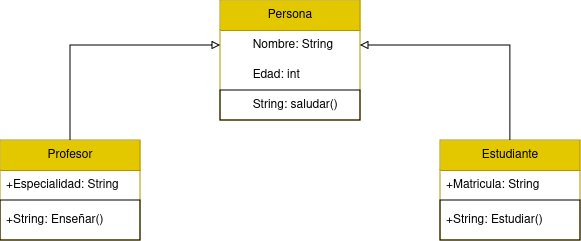
Above: imagenes/Academico.drawio.png in HectorPoleo/gestion-academica (draw.io), before the change. Source tidied: cells renumbered, new cells last; positions are measured from the earlier drawing's top-left corner, leaving out a move shared by most shapes. Source of this version:
```xml
<mxGraphModel>
  <root>
    <mxCell id="0" />
    <mxCell id="1" parent="0" />
    <mxCell id="2" value="Persona" style="swimlane;fontStyle=0;horizontal=1;startSize=30;whiteSpace=wrap;html=1;fillColor=#e3c800;fontColor=#000000;strokeColor=#B09500;" parent="1" vertex="1">
      <mxGeometry x="220" width="140" height="120" as="geometry" />
    </mxCell>
    <mxCell id="3" value="&lt;span style=&quot;white-space: pre;&quot;&gt;&#9;&lt;/span&gt;Nombre: String" style="text;strokeColor=none;fillColor=none;align=left;verticalAlign=middle;spacingLeft=4;spacingRight=4;overflow=hidden;points=[[0,0.5],[1,0.5]];portConstraint=eastwest;whiteSpace=wrap;html=1;" parent="2" vertex="1">
      <mxGeometry y="30" width="140" height="30" as="geometry" />
    </mxCell>
    <mxCell id="4" value="&lt;span style=&quot;white-space: pre;&quot;&gt;&#9;&lt;/span&gt;Edad: int" style="text;strokeColor=none;fillColor=none;align=left;verticalAlign=middle;spacingLeft=4;spacingRight=4;overflow=hidden;whiteSpace=wrap;html=1;" parent="2" vertex="1">
      <mxGeometry y="60" width="140" height="30" as="geometry" />
    </mxCell>
    <mxCell id="5" value="&lt;span style=&quot;white-space: pre;&quot;&gt;&#9;&lt;/span&gt;String: saludar() " style="text;strokeColor=default;fillColor=none;align=left;verticalAlign=middle;spacingLeft=4;spacingRight=4;overflow=hidden;whiteSpace=wrap;html=1;" parent="2" vertex="1">
      <mxGeometry y="90" width="140" height="30" as="geometry" />
    </mxCell>
    <mxCell id="6" value="Profesor" style="swimlane;fontStyle=0;horizontal=1;startSize=30;whiteSpace=wrap;html=1;fillColor=#e3c800;fontColor=#000000;strokeColor=#B09500;" parent="1" vertex="1">
      <mxGeometry y="140" width="140" height="100" as="geometry" />
    </mxCell>
    <mxCell id="7" value="+Especialidad: String" style="text;strokeColor=none;fillColor=none;align=left;verticalAlign=middle;spacingLeft=4;spacingRight=4;overflow=hidden;whiteSpace=wrap;html=1;" parent="6" vertex="1">
      <mxGeometry y="30" width="140" height="30" as="geometry" />
    </mxCell>
    <mxCell id="8" value="&lt;div&gt;&lt;span style=&quot;white-space: pre;&quot;&gt;+String: &lt;/span&gt;Enseñar()&lt;/div&gt;" style="text;strokeColor=default;fillColor=none;align=left;verticalAlign=middle;spacingLeft=4;spacingRight=4;overflow=hidden;whiteSpace=wrap;html=1;" parent="6" vertex="1">
      <mxGeometry y="60" width="140" height="40" as="geometry" />
    </mxCell>
    <mxCell id="9" value="Estudiante" style="swimlane;fontStyle=0;horizontal=1;startSize=30;whiteSpace=wrap;html=1;fillColor=#e3c800;fontColor=#000000;strokeColor=#B09500;" parent="1" vertex="1">
      <mxGeometry x="440" y="140" width="140" height="100" as="geometry" />
    </mxCell>
    <mxCell id="10" value="+Matricula: String" style="text;strokeColor=none;fillColor=none;align=left;verticalAlign=middle;spacingLeft=4;spacingRight=4;overflow=hidden;points=[[0,0.5],[1,0.5]];portConstraint=eastwest;whiteSpace=wrap;html=1;" parent="9" vertex="1">
      <mxGeometry y="30" width="140" height="30" as="geometry" />
    </mxCell>
    <mxCell id="11" value="&lt;div&gt;+String: Estudiar()&lt;br&gt;&lt;/div&gt;" style="text;strokeColor=default;fillColor=none;align=left;verticalAlign=middle;spacingLeft=4;spacingRight=4;overflow=hidden;whiteSpace=wrap;html=1;" parent="9" vertex="1">
      <mxGeometry y="60" width="140" height="40" as="geometry" />
    </mxCell>
    <mxCell id="12" style="edgeStyle=orthogonalEdgeStyle;rounded=0;jettySize=auto;html=1;exitX=0;exitY=0.5;exitDx=0;exitDy=0;entryX=0.5;entryY=0;entryDx=0;entryDy=0;endArrow=none;endFill=0;startArrow=block;startFill=0;" parent="1" edge="1" source="3" target="6">
      <mxGeometry relative="1" as="geometry" />
    </mxCell>
    <mxCell id="13" style="edgeStyle=orthogonalEdgeStyle;rounded=0;jettySize=auto;html=1;exitX=1;exitY=0.5;exitDx=0;exitDy=0;entryX=0.5;entryY=0;entryDx=0;entryDy=0;endArrow=none;endFill=0;startArrow=block;startFill=0;" parent="1" edge="1" source="3" target="9">
      <mxGeometry relative="1" as="geometry" />
    </mxCell>
  </root>
</mxGraphModel>
```
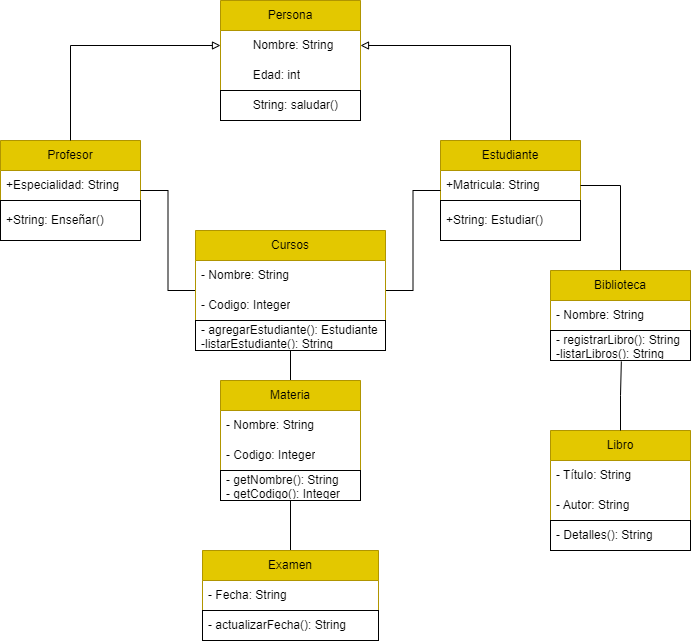
After the change.

Change to the diagram source:
```diff
@@ -2,7 +2,10 @@
   <root>
     <mxCell id="0" />
     <mxCell id="1" parent="0" />
+    <mxCell id="14" style="group;" parent="1" vertex="1">
+      <mxGeometry x="-40" width="690" height="640" as="geometry" />
+    </mxCell>
-    <mxCell id="2" value="Persona" style="swimlane;fontStyle=0;horizontal=1;startSize=30;whiteSpace=wrap;html=1;fillColor=#e3c800;fontColor=#000000;strokeColor=#B09500;" parent="1" vertex="1">
+    <mxCell id="2" value="Persona" style="swimlane;fontStyle=0;horizontal=1;startSize=30;whiteSpace=wrap;html=1;fillColor=#e3c800;fontColor=#000000;strokeColor=#B09500;" parent="14" vertex="1">
       <mxGeometry x="220" width="140" height="120" as="geometry" />
     </mxCell>
     <mxCell id="3" value="&lt;span style=&quot;white-space: pre;&quot;&gt;&#9;&lt;/span&gt;Nombre: String" style="text;strokeColor=none;fillColor=none;align=left;verticalAlign=middle;spacingLeft=4;spacingRight=4;overflow=hidden;points=[[0,0.5],[1,0.5]];portConstraint=eastwest;whiteSpace=wrap;html=1;" parent="2" vertex="1">
@@ -14,7 +17,7 @@
     <mxCell id="5" value="&lt;span style=&quot;white-space: pre;&quot;&gt;&#9;&lt;/span&gt;String: saludar() " style="text;strokeColor=default;fillColor=none;align=left;verticalAlign=middle;spacingLeft=4;spacingRight=4;overflow=hidden;whiteSpace=wrap;html=1;" parent="2" vertex="1">
       <mxGeometry y="90" width="140" height="30" as="geometry" />
     </mxCell>
-    <mxCell id="6" value="Profesor" style="swimlane;fontStyle=0;horizontal=1;startSize=30;whiteSpace=wrap;html=1;fillColor=#e3c800;fontColor=#000000;strokeColor=#B09500;" parent="1" vertex="1">
+    <mxCell id="6" value="Profesor" style="swimlane;fontStyle=0;horizontal=1;startSize=30;whiteSpace=wrap;html=1;fillColor=#e3c800;fontColor=#000000;strokeColor=#B09500;" parent="14" vertex="1">
       <mxGeometry y="140" width="140" height="100" as="geometry" />
     </mxCell>
     <mxCell id="7" value="+Especialidad: String" style="text;strokeColor=none;fillColor=none;align=left;verticalAlign=middle;spacingLeft=4;spacingRight=4;overflow=hidden;whiteSpace=wrap;html=1;" parent="6" vertex="1">
@@ -23,7 +26,7 @@
     <mxCell id="8" value="&lt;div&gt;&lt;span style=&quot;white-space: pre;&quot;&gt;+String: &lt;/span&gt;Enseñar()&lt;/div&gt;" style="text;strokeColor=default;fillColor=none;align=left;verticalAlign=middle;spacingLeft=4;spacingRight=4;overflow=hidden;whiteSpace=wrap;html=1;" parent="6" vertex="1">
       <mxGeometry y="60" width="140" height="40" as="geometry" />
     </mxCell>
-    <mxCell id="9" value="Estudiante" style="swimlane;fontStyle=0;horizontal=1;startSize=30;whiteSpace=wrap;html=1;fillColor=#e3c800;fontColor=#000000;strokeColor=#B09500;" parent="1" vertex="1">
+    <mxCell id="9" value="Estudiante" style="swimlane;fontStyle=0;horizontal=1;startSize=30;whiteSpace=wrap;html=1;fillColor=#e3c800;fontColor=#000000;strokeColor=#B09500;" parent="14" vertex="1">
       <mxGeometry x="440" y="140" width="140" height="100" as="geometry" />
     </mxCell>
     <mxCell id="10" value="+Matricula: String" style="text;strokeColor=none;fillColor=none;align=left;verticalAlign=middle;spacingLeft=4;spacingRight=4;overflow=hidden;points=[[0,0.5],[1,0.5]];portConstraint=eastwest;whiteSpace=wrap;html=1;" parent="9" vertex="1">
@@ -32,11 +35,83 @@
     <mxCell id="11" value="&lt;div&gt;+String: Estudiar()&lt;br&gt;&lt;/div&gt;" style="text;strokeColor=default;fillColor=none;align=left;verticalAlign=middle;spacingLeft=4;spacingRight=4;overflow=hidden;whiteSpace=wrap;html=1;" parent="9" vertex="1">
       <mxGeometry y="60" width="140" height="40" as="geometry" />
     </mxCell>
-    <mxCell id="12" style="edgeStyle=orthogonalEdgeStyle;rounded=0;jettySize=auto;html=1;exitX=0;exitY=0.5;exitDx=0;exitDy=0;entryX=0.5;entryY=0;entryDx=0;entryDy=0;endArrow=none;endFill=0;startArrow=block;startFill=0;" parent="1" edge="1" source="3" target="6">
+    <mxCell id="12" style="edgeStyle=orthogonalEdgeStyle;rounded=0;jettySize=auto;html=1;exitX=0;exitY=0.5;exitDx=0;exitDy=0;entryX=0.5;entryY=0;entryDx=0;entryDy=0;endArrow=none;endFill=0;startArrow=block;startFill=0;" parent="14" edge="1" source="3" target="6">
       <mxGeometry relative="1" as="geometry" />
     </mxCell>
-    <mxCell id="13" style="edgeStyle=orthogonalEdgeStyle;rounded=0;jettySize=auto;html=1;exitX=1;exitY=0.5;exitDx=0;exitDy=0;entryX=0.5;entryY=0;entryDx=0;entryDy=0;endArrow=none;endFill=0;startArrow=block;startFill=0;" parent="1" edge="1" source="3" target="9">
+    <mxCell id="13" style="edgeStyle=orthogonalEdgeStyle;rounded=0;jettySize=auto;html=1;exitX=1;exitY=0.5;exitDx=0;exitDy=0;entryX=0.5;entryY=0;entryDx=0;entryDy=0;endArrow=none;endFill=0;startArrow=block;startFill=0;" parent="14" edge="1" source="3" target="9">
       <mxGeometry relative="1" as="geometry" />
     </mxCell>
+    <mxCell id="15" value="Biblioteca" style="swimlane;fontStyle=0;horizontal=1;startSize=30;whiteSpace=wrap;html=1;fillColor=#e3c800;fontColor=#000000;strokeColor=#B09500;" parent="14" vertex="1">
+      <mxGeometry x="550" y="270" width="140" height="90" as="geometry" />
+    </mxCell>
+    <mxCell id="16" value="- Nombre: String" style="text;strokeColor=none;fillColor=none;align=left;verticalAlign=middle;spacingLeft=4;spacingRight=4;overflow=hidden;whiteSpace=wrap;html=1;" parent="15" vertex="1">
+      <mxGeometry y="30" width="140" height="30" as="geometry" />
+    </mxCell>
+    <mxCell id="17" value="- registrarLibro(): String&lt;div&gt;-listarLibros(): String&lt;/div&gt;" style="text;strokeColor=default;fillColor=none;align=left;verticalAlign=middle;spacingLeft=4;spacingRight=4;overflow=hidden;points=[[0,0.5],[1,0.5]];portConstraint=eastwest;whiteSpace=wrap;html=1;" parent="15" vertex="1">
+      <mxGeometry y="60" width="140" height="30" as="geometry" />
+    </mxCell>
+    <mxCell id="18" style="edgeStyle=orthogonalEdgeStyle;rounded=0;jettySize=auto;html=1;exitX=1;exitY=0.5;exitDx=0;exitDy=0;endArrow=none;endFill=0;" parent="14" edge="1" source="10" target="15">
+      <mxGeometry relative="1" as="geometry" />
+    </mxCell>
+    <mxCell id="19" value="Libro" style="swimlane;fontStyle=0;horizontal=1;startSize=30;whiteSpace=wrap;html=1;fillColor=#e3c800;fontColor=#000000;strokeColor=#B09500;" parent="14" vertex="1">
+      <mxGeometry x="550" y="430" width="140" height="120" as="geometry" />
+    </mxCell>
+    <mxCell id="20" value="- Título: String&amp;nbsp;" style="text;strokeColor=none;fillColor=none;align=left;verticalAlign=middle;spacingLeft=4;spacingRight=4;overflow=hidden;whiteSpace=wrap;html=1;" parent="19" vertex="1">
+      <mxGeometry y="30" width="140" height="30" as="geometry" />
+    </mxCell>
+    <mxCell id="21" value="- Autor: String" style="text;strokeColor=none;fillColor=none;align=left;verticalAlign=middle;spacingLeft=4;spacingRight=4;overflow=hidden;whiteSpace=wrap;html=1;" parent="19" vertex="1">
+      <mxGeometry y="60" width="140" height="30" as="geometry" />
+    </mxCell>
+    <mxCell id="22" value="- Detalles(): String" style="text;strokeColor=default;fillColor=none;align=left;verticalAlign=middle;spacingLeft=4;spacingRight=4;overflow=hidden;whiteSpace=wrap;html=1;" parent="19" vertex="1">
+      <mxGeometry y="90" width="140" height="30" as="geometry" />
+    </mxCell>
+    <mxCell id="23" style="edgeStyle=orthogonalEdgeStyle;rounded=0;jettySize=auto;html=1;entryX=0.506;entryY=1.033;entryDx=0;entryDy=0;entryPerimeter=0;endArrow=none;endFill=0;" parent="14" edge="1" source="19" target="17">
+      <mxGeometry relative="1" as="geometry" />
+    </mxCell>
+    <mxCell id="24" style="edgeStyle=orthogonalEdgeStyle;rounded=0;jettySize=auto;html=1;endArrow=none;endFill=0;" parent="14" edge="1" source="26" target="9">
+      <mxGeometry relative="1" as="geometry" />
+    </mxCell>
+    <mxCell id="25" style="edgeStyle=orthogonalEdgeStyle;rounded=0;jettySize=auto;html=1;endArrow=none;endFill=0;" parent="14" edge="1" source="26" target="6">
+      <mxGeometry relative="1" as="geometry" />
+    </mxCell>
+    <mxCell id="26" value="Cursos" style="swimlane;fontStyle=0;horizontal=1;startSize=30;whiteSpace=wrap;html=1;fillColor=#e3c800;fontColor=#000000;strokeColor=#B09500;" parent="14" vertex="1">
+      <mxGeometry x="195" y="230" width="190" height="120" as="geometry" />
+    </mxCell>
+    <mxCell id="27" value="- Nombre: String" style="text;strokeColor=none;fillColor=none;align=left;verticalAlign=middle;spacingLeft=4;spacingRight=4;overflow=hidden;whiteSpace=wrap;html=1;" parent="26" vertex="1">
+      <mxGeometry y="30" width="190" height="30" as="geometry" />
+    </mxCell>
+    <mxCell id="28" value="- Codigo: Integer" style="text;strokeColor=none;fillColor=none;align=left;verticalAlign=middle;spacingLeft=4;spacingRight=4;overflow=hidden;whiteSpace=wrap;html=1;" parent="26" vertex="1">
+      <mxGeometry y="60" width="190" height="30" as="geometry" />
+    </mxCell>
+    <mxCell id="29" value="- agregarEstudiante(): Estudiante&lt;div&gt;-listarEstudiante(): String&lt;/div&gt;" style="text;strokeColor=default;fillColor=none;align=left;verticalAlign=middle;spacingLeft=4;spacingRight=4;overflow=hidden;whiteSpace=wrap;html=1;" parent="26" vertex="1">
+      <mxGeometry y="90" width="190" height="30" as="geometry" />
+    </mxCell>
+    <mxCell id="30" style="edgeStyle=orthogonalEdgeStyle;rounded=0;jettySize=auto;html=1;endArrow=none;endFill=0;" parent="14" edge="1" source="32" target="26">
+      <mxGeometry relative="1" as="geometry" />
+    </mxCell>
+    <mxCell id="31" style="edgeStyle=orthogonalEdgeStyle;rounded=0;jettySize=auto;html=1;entryX=0.5;entryY=0;entryDx=0;entryDy=0;endArrow=none;endFill=0;" parent="14" edge="1" source="32" target="36">
+      <mxGeometry relative="1" as="geometry" />
+    </mxCell>
+    <mxCell id="32" value="Materia" style="swimlane;fontStyle=0;horizontal=1;startSize=30;whiteSpace=wrap;html=1;fillColor=#e3c800;fontColor=#000000;strokeColor=#B09500;" parent="14" vertex="1">
+      <mxGeometry x="220" y="380" width="140" height="120" as="geometry" />
+    </mxCell>
+    <mxCell id="33" value="- Nombre: String" style="text;strokeColor=none;fillColor=none;align=left;verticalAlign=middle;spacingLeft=4;spacingRight=4;overflow=hidden;whiteSpace=wrap;html=1;" parent="32" vertex="1">
+      <mxGeometry y="30" width="140" height="30" as="geometry" />
+    </mxCell>
+    <mxCell id="34" value="- Codigo: Integer" style="text;strokeColor=none;fillColor=none;align=left;verticalAlign=middle;spacingLeft=4;spacingRight=4;overflow=hidden;whiteSpace=wrap;html=1;" parent="32" vertex="1">
+      <mxGeometry y="60" width="140" height="30" as="geometry" />
+    </mxCell>
+    <mxCell id="35" value="- getNombre(): String&lt;div&gt;- getCodigo(): Integer&lt;/div&gt;" style="text;strokeColor=default;fillColor=none;align=left;verticalAlign=middle;spacingLeft=4;spacingRight=4;overflow=hidden;whiteSpace=wrap;html=1;" parent="32" vertex="1">
+      <mxGeometry y="90" width="140" height="30" as="geometry" />
+    </mxCell>
+    <mxCell id="36" value="Examen" style="swimlane;fontStyle=0;horizontal=1;startSize=30;whiteSpace=wrap;html=1;fillColor=#e3c800;fontColor=#000000;strokeColor=#B09500;" parent="14" vertex="1">
+      <mxGeometry x="202" y="550" width="176" height="90" as="geometry" />
+    </mxCell>
+    <mxCell id="37" value="- Fecha: String" style="text;strokeColor=none;fillColor=none;align=left;verticalAlign=middle;spacingLeft=4;spacingRight=4;overflow=hidden;whiteSpace=wrap;html=1;" parent="36" vertex="1">
+      <mxGeometry y="30" width="176" height="30" as="geometry" />
+    </mxCell>
+    <mxCell id="38" value="- actualizarFecha(): String" style="text;strokeColor=default;fillColor=none;align=left;verticalAlign=middle;spacingLeft=4;spacingRight=4;overflow=hidden;whiteSpace=wrap;html=1;" parent="36" vertex="1">
+      <mxGeometry y="60" width="176" height="30" as="geometry" />
+    </mxCell>
   </root>
 </mxGraphModel>
```
